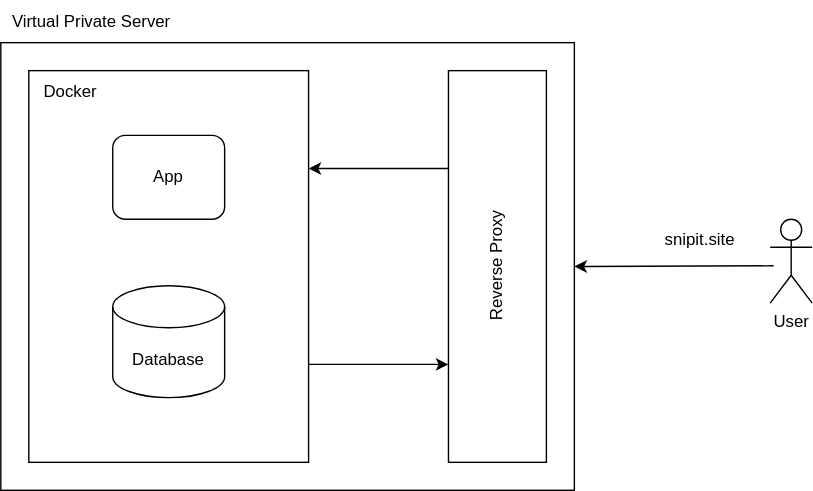
Before: diagrams/architecture_diagram.svg, a diagram exported from draw.io (ariessa/snipit). Source tidied: cells renumbered, new cells last; positions are measured from the earlier drawing's top-left corner, leaving out a move shared by most shapes. The source it was exported from:
```xml
<mxGraphModel>
  <root>
    <mxCell id="0" />
    <mxCell id="1" parent="0" />
    <mxCell id="2" style="rounded=0;whiteSpace=wrap;html=1;" parent="1" vertex="1">
      <mxGeometry y="30" width="410" height="320" as="geometry" />
    </mxCell>
    <mxCell id="3" style="edgeStyle=orthogonalEdgeStyle;rounded=0;jettySize=auto;html=1;exitX=0;exitY=0.25;exitDx=0;exitDy=0;entryX=1;entryY=0.25;entryDx=0;entryDy=0;" parent="1" edge="1" source="4" target="7">
      <mxGeometry relative="1" as="geometry" />
    </mxCell>
    <mxCell id="4" style="rounded=0;whiteSpace=wrap;html=1;" parent="1" vertex="1">
      <mxGeometry x="320" y="50" width="70" height="280" as="geometry" />
    </mxCell>
    <mxCell id="5" value="Reverse Proxy" style="text;html=1;align=center;verticalAlign=middle;whiteSpace=wrap;rounded=0;direction=north;rotation=270;" parent="1" vertex="1">
      <mxGeometry x="277.5" y="172.5" width="155" height="35" as="geometry" />
    </mxCell>
    <mxCell id="6" style="edgeStyle=orthogonalEdgeStyle;rounded=0;jettySize=auto;html=1;exitX=1;exitY=0.75;exitDx=0;exitDy=0;entryX=0;entryY=0.75;entryDx=0;entryDy=0;" parent="1" edge="1" source="7" target="4">
      <mxGeometry relative="1" as="geometry" />
    </mxCell>
    <mxCell id="7" style="rounded=0;whiteSpace=wrap;html=1;" parent="1" vertex="1">
      <mxGeometry x="20" y="50" width="200" height="280" as="geometry" />
    </mxCell>
    <mxCell id="8" value="Docker" style="text;html=1;align=center;verticalAlign=middle;whiteSpace=wrap;rounded=0;" parent="1" vertex="1">
      <mxGeometry x="20" y="50" width="60" height="30" as="geometry" />
    </mxCell>
    <mxCell id="9" value="App" style="rounded=1;whiteSpace=wrap;html=1;" parent="1" vertex="1">
      <mxGeometry x="80" y="96.2" width="80" height="60" as="geometry" />
    </mxCell>
    <mxCell id="10" value="Database" style="shape=cylinder3;whiteSpace=wrap;html=1;boundedLbl=1;backgroundOutline=1;size=15;" parent="1" vertex="1">
      <mxGeometry x="80" y="203.8" width="80" height="80" as="geometry" />
    </mxCell>
    <mxCell id="11" value="Virtual Private Server" style="text;html=1;align=center;verticalAlign=middle;whiteSpace=wrap;rounded=0;" parent="1" vertex="1">
      <mxGeometry width="130" height="30" as="geometry" />
    </mxCell>
    <mxCell id="12" value="User" style="shape=umlActor;verticalLabelPosition=bottom;verticalAlign=top;html=1;" parent="1" vertex="1">
      <mxGeometry x="550" y="156.2" width="30" height="60" as="geometry" />
    </mxCell>
    <mxCell id="13" style="endArrow=classic;html=1;rounded=0;entryX=1;entryY=0.5;entryDx=0;entryDy=0;" parent="1" edge="1" target="2">
      <mxGeometry relative="1" as="geometry">
        <mxPoint x="552.5" y="189.5" as="sourcePoint" />
      </mxGeometry>
    </mxCell>
    <mxCell id="14" value="snipit.site" style="text;html=1;align=center;verticalAlign=middle;whiteSpace=wrap;rounded=0;" parent="1" vertex="1">
      <mxGeometry x="470" y="156.2" width="60" height="30" as="geometry" />
    </mxCell>
  </root>
</mxGraphModel>
```
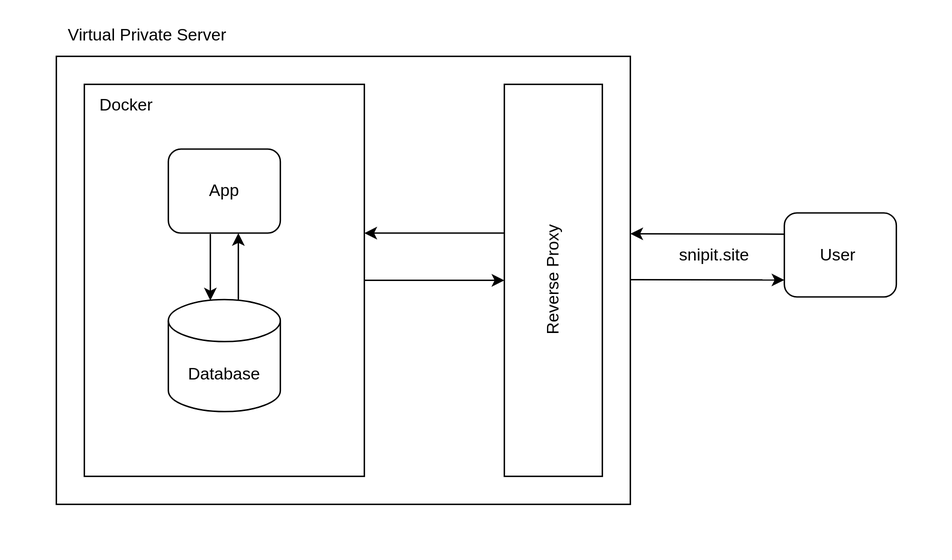
Later version of the same file.

Commit message:
Update architecture diagrams

Diff of the diagram source:
```diff
@@ -2,11 +2,17 @@
   <root>
     <mxCell id="0" />
     <mxCell id="1" parent="0" />
+    <mxCell id="15" style="rounded=0;whiteSpace=wrap;html=1;fillColor=none;strokeColor=none;" parent="1" vertex="1">
+      <mxGeometry x="-40" y="-10" width="680" height="400" as="geometry" />
+    </mxCell>
     <mxCell id="2" style="rounded=0;whiteSpace=wrap;html=1;" parent="1" vertex="1">
       <mxGeometry y="30" width="410" height="320" as="geometry" />
     </mxCell>
-    <mxCell id="3" style="edgeStyle=orthogonalEdgeStyle;rounded=0;jettySize=auto;html=1;exitX=0;exitY=0.25;exitDx=0;exitDy=0;entryX=1;entryY=0.25;entryDx=0;entryDy=0;" parent="1" edge="1" source="4" target="7">
-      <mxGeometry relative="1" as="geometry" />
+    <mxCell id="3" style="edgeStyle=orthogonalEdgeStyle;rounded=0;orthogonalLoop=1;jettySize=auto;html=1;exitX=0;exitY=0.25;exitDx=0;exitDy=0;entryX=1;entryY=0.25;entryDx=0;entryDy=0;" parent="1" edge="1">
+      <mxGeometry relative="1" as="geometry">
+        <mxPoint x="320" y="156.2" as="sourcePoint" />
+        <mxPoint x="220" y="156.2" as="targetPoint" />
+      </mxGeometry>
     </mxCell>
     <mxCell id="4" style="rounded=0;whiteSpace=wrap;html=1;" parent="1" vertex="1">
       <mxGeometry x="320" y="50" width="70" height="280" as="geometry" />
@@ -14,7 +20,7 @@
     <mxCell id="5" value="Reverse Proxy" style="text;html=1;align=center;verticalAlign=middle;whiteSpace=wrap;rounded=0;direction=north;rotation=270;" parent="1" vertex="1">
       <mxGeometry x="277.5" y="172.5" width="155" height="35" as="geometry" />
     </mxCell>
-    <mxCell id="6" style="edgeStyle=orthogonalEdgeStyle;rounded=0;jettySize=auto;html=1;exitX=1;exitY=0.75;exitDx=0;exitDy=0;entryX=0;entryY=0.75;entryDx=0;entryDy=0;" parent="1" edge="1" source="7" target="4">
+    <mxCell id="6" style="edgeStyle=orthogonalEdgeStyle;rounded=0;jettySize=auto;html=1;exitX=1;exitY=0.5;exitDx=0;exitDy=0;entryX=0;entryY=0.5;entryDx=0;entryDy=0;" parent="1" edge="1" source="7" target="4">
       <mxGeometry relative="1" as="geometry" />
     </mxCell>
     <mxCell id="7" style="rounded=0;whiteSpace=wrap;html=1;" parent="1" vertex="1">
@@ -23,6 +29,12 @@
     <mxCell id="8" value="Docker" style="text;html=1;align=center;verticalAlign=middle;whiteSpace=wrap;rounded=0;" parent="1" vertex="1">
       <mxGeometry x="20" y="50" width="60" height="30" as="geometry" />
     </mxCell>
+    <mxCell id="16" style="edgeStyle=orthogonalEdgeStyle;rounded=0;orthogonalLoop=1;jettySize=auto;html=1;exitX=0.5;exitY=1;exitDx=0;exitDy=0;" parent="1" edge="1">
+      <mxGeometry relative="1" as="geometry">
+        <mxPoint x="110" y="156.9" as="sourcePoint" />
+        <mxPoint x="110" y="204.4" as="targetPoint" />
+      </mxGeometry>
+    </mxCell>
     <mxCell id="9" value="App" style="rounded=1;whiteSpace=wrap;html=1;" parent="1" vertex="1">
       <mxGeometry x="80" y="96.2" width="80" height="60" as="geometry" />
     </mxCell>
@@ -32,16 +44,29 @@
     <mxCell id="11" value="Virtual Private Server" style="text;html=1;align=center;verticalAlign=middle;whiteSpace=wrap;rounded=0;" parent="1" vertex="1">
       <mxGeometry width="130" height="30" as="geometry" />
     </mxCell>
-    <mxCell id="12" value="User" style="shape=umlActor;verticalLabelPosition=bottom;verticalAlign=top;html=1;" parent="1" vertex="1">
-      <mxGeometry x="550" y="156.2" width="30" height="60" as="geometry" />
-    </mxCell>
-    <mxCell id="13" style="endArrow=classic;html=1;rounded=0;entryX=1;entryY=0.5;entryDx=0;entryDy=0;" parent="1" edge="1" target="2">
+    <mxCell id="13" style="endArrow=classic;html=1;rounded=0;entryX=1;entryY=0.5;entryDx=0;entryDy=0;" parent="1" edge="1">
       <mxGeometry relative="1" as="geometry">
-        <mxPoint x="552.5" y="189.5" as="sourcePoint" />
+        <mxPoint x="520" y="157" as="sourcePoint" />
+        <mxPoint x="410" y="156.8" as="targetPoint" />
       </mxGeometry>
     </mxCell>
     <mxCell id="14" value="snipit.site" style="text;html=1;align=center;verticalAlign=middle;whiteSpace=wrap;rounded=0;" parent="1" vertex="1">
-      <mxGeometry x="470" y="156.2" width="60" height="30" as="geometry" />
+      <mxGeometry x="440" y="156.9" width="60" height="30" as="geometry" />
     </mxCell>
+    <mxCell id="17" style="endArrow=classic;html=1;rounded=0;entryX=1;entryY=0.5;entryDx=0;entryDy=0;" parent="1" edge="1">
+      <mxGeometry relative="1" as="geometry">
+        <mxPoint x="410" y="189.5" as="sourcePoint" />
+        <mxPoint x="520" y="189.8" as="targetPoint" />
+      </mxGeometry>
+    </mxCell>
+    <mxCell id="12" value="User&amp;nbsp;" style="rounded=1;whiteSpace=wrap;html=1;" parent="1" vertex="1">
+      <mxGeometry x="520" y="141.9" width="80" height="60" as="geometry" />
+    </mxCell>
+    <mxCell id="18" style="edgeStyle=orthogonalEdgeStyle;rounded=0;orthogonalLoop=1;jettySize=auto;html=1;exitX=0.5;exitY=0;exitDx=0;exitDy=0;entryX=0.5;entryY=1;entryDx=0;entryDy=0;exitPerimeter=0;" parent="1" edge="1">
+      <mxGeometry relative="1" as="geometry">
+        <mxPoint x="130" y="203.8" as="sourcePoint" />
+        <mxPoint x="130" y="156.2" as="targetPoint" />
+      </mxGeometry>
+    </mxCell>
   </root>
 </mxGraphModel>
```
